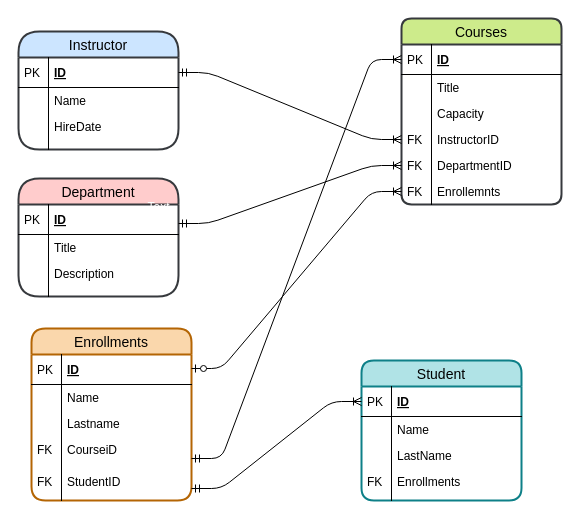
The draw.io diagram Untitled Diagram (3).drawio in CabreraOscar1/ViewModel1, before the edit. Source tidied: cells renumbered, new cells numbered last; positions are measured from the earlier drawing's top-left corner, leaving out a move shared by most shapes. Both pictures are drawn from the tidied source at 100%, with x=0, y=0 at pixel (18, 18).
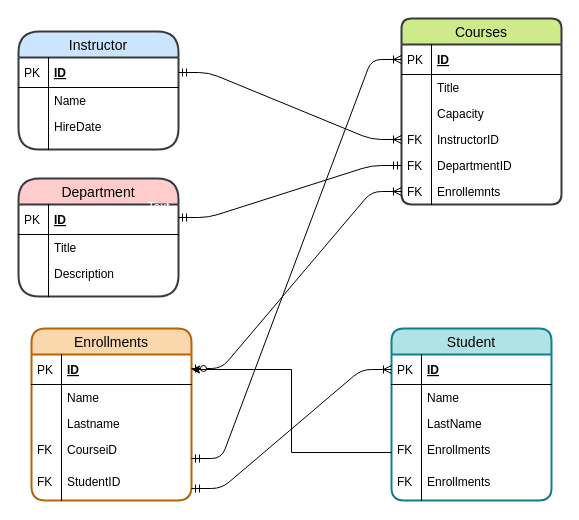
The same page after the edit.

The change refers to these unchanged cells:
```xml
<mxCell id="38" value="DepartmentID" style="shape=partialRectangle;top=0;left=0;right=0;bottom=0;align=left;verticalAlign=top;fillColor=none;spacingLeft=34;spacingRight=4;overflow=hidden;points=[[0,0.5],[1,0.5]];portConstraint=eastwest;fontSize=12;spacingBottom=0;horizontal=1;" parent="29" vertex="1">
  <mxGeometry y="134" width="160" height="26" as="geometry" />
</mxCell>
<mxCell id="43" value="ID" style="shape=partialRectangle;top=0;left=0;right=0;bottom=1;align=left;verticalAlign=middle;fillColor=none;spacingLeft=34;spacingRight=4;overflow=hidden;points=[[0,0.5],[1,0.5]];portConstraint=eastwest;fontStyle=5;fontSize=12;" parent="42" vertex="1">
  <mxGeometry y="26" width="160" height="30" as="geometry" />
</mxCell>
```

Change to the diagram source:
```diff
@@
     <mxCell id="11" value="Student" style="swimlane;fontStyle=0;horizontal=1;startSize=26;fillColor=#b0e3e6;swimlaneFillColor=#ffffff;align=center;fontSize=14;rounded=1;shadow=0;strokeWidth=2;arcSize=16;strokeColor=#0e8088;" parent="1" vertex="1">
-      <mxGeometry x="343" y="342" width="160" height="140" as="geometry" />
+      <mxGeometry x="373" y="310" width="160" height="172" as="geometry" />
     </mxCell>
@@
+    <mxCell id="59" value="Enrollments" style="shape=partialRectangle;top=0;left=0;right=0;bottom=0;align=left;verticalAlign=top;fillColor=none;spacingLeft=34;spacingRight=4;overflow=hidden;points=[[0,0.5],[1,0.5]];portConstraint=eastwest;fontSize=12;" parent="11" vertex="1">
+      <mxGeometry y="108" width="160" height="32" as="geometry" />
+    </mxCell>
+    <mxCell id="60" value="FK&#10;" style="shape=partialRectangle;top=0;left=0;bottom=0;fillColor=none;align=left;verticalAlign=top;spacingLeft=4;spacingRight=4;overflow=hidden;fontSize=12;" parent="59" vertex="1">
+      <mxGeometry width="30" height="32" as="geometry" />
+    </mxCell>
     <mxCell id="18" value="Enrollments" style="shape=partialRectangle;top=0;left=0;right=0;bottom=0;align=left;verticalAlign=top;fillColor=none;spacingLeft=34;spacingRight=4;overflow=hidden;fontSize=12;" parent="11" vertex="1">
-      <mxGeometry y="108" width="160" height="32" as="geometry" />
+      <mxGeometry y="140" width="160" height="32" as="geometry" />
     </mxCell>
@@
-    <mxCell id="55" style="edgeStyle=entityRelationEdgeStyle;fontSize=12;html=1;endArrow=ERoneToMany;startArrow=ERmandOne;entryX=0;entryY=0.5;entryDx=0;entryDy=0;" parent="1" edge="1" target="38">
-      <mxGeometry relative="1" as="geometry">
-        <mxPoint x="160" y="205" as="sourcePoint" />
-      </mxGeometry>
-    </mxCell>
@@
+    <mxCell id="61" style="edgeStyle=orthogonalEdgeStyle;rounded=0;jettySize=auto;html=1;entryX=1;entryY=0.5;entryDx=0;entryDy=0;" parent="1" edge="1" source="59" target="43">
+      <mxGeometry relative="1" as="geometry" />
+    </mxCell>
+    <mxCell id="62" style="edgeStyle=entityRelationEdgeStyle;fontSize=12;html=1;endArrow=ERmandOne;startArrow=ERmandOne;entryX=0;entryY=0.5;entryDx=0;entryDy=0;" parent="1" edge="1" target="38">
+      <mxGeometry relative="1" as="geometry">
+        <mxPoint x="160" y="199" as="sourcePoint" />
+      </mxGeometry>
+    </mxCell>
```
